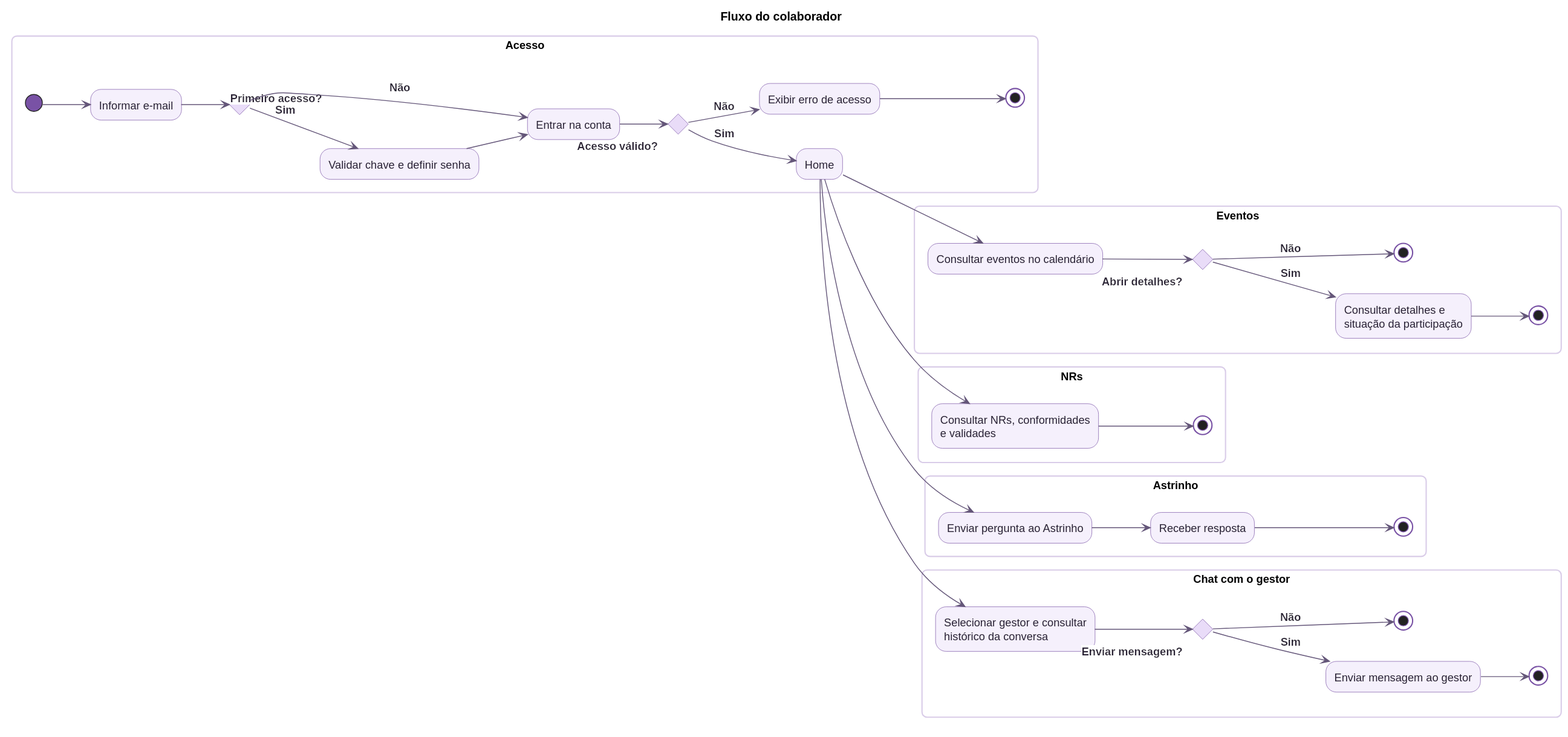
Earlier version of the PlantUML export diagrams/rendered/fluxo_colaborador.svg (Astro-Inter/astro-eqs-diagrams).
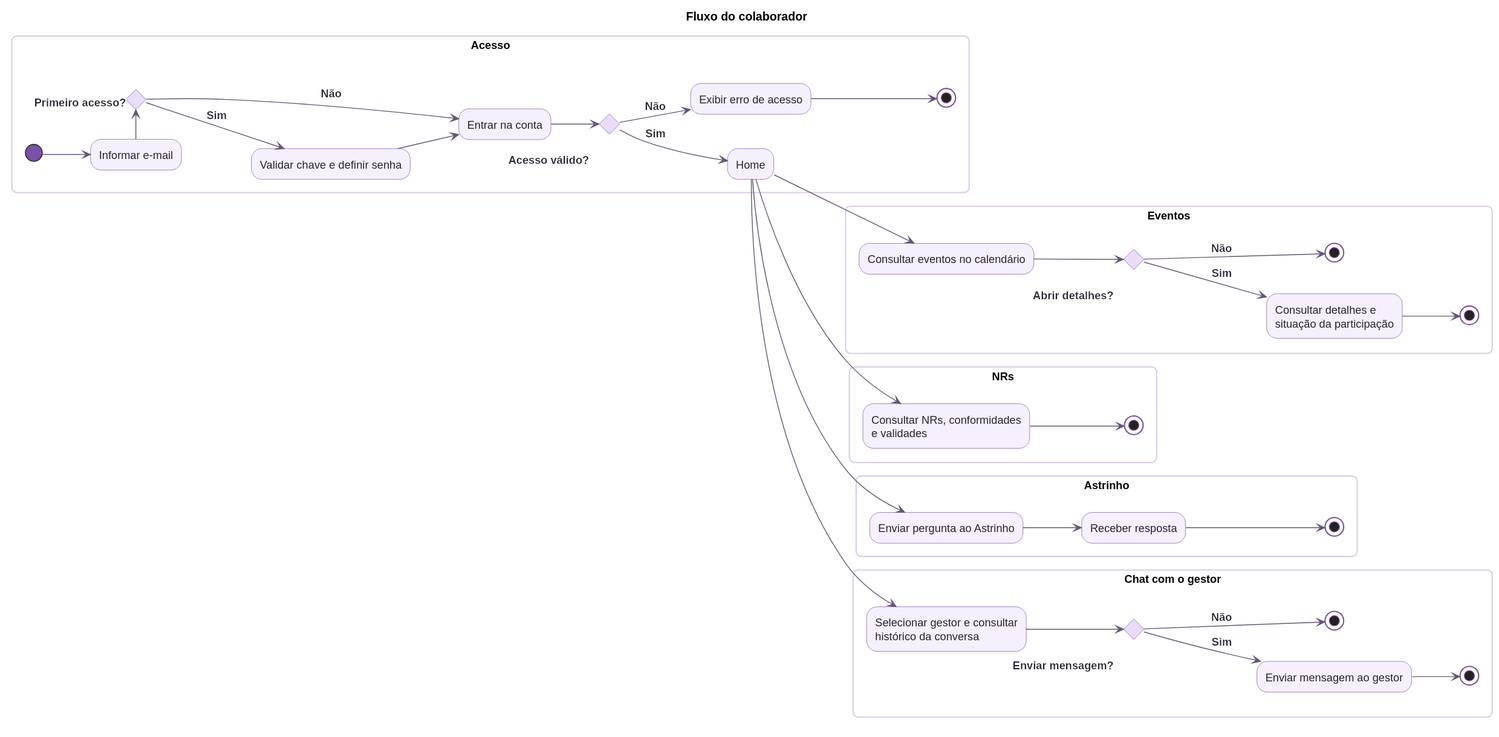
Later version of the same file.

What changed in the source:
```diff
@@ -9,13 +9,13 @@
 
 partition "Acesso" {
   (*) --> "Informar e-mail" as email
-  --> if "\n<back:white>Primeiro acesso?   </back>" then
+  -right-> if "\n\n<back:white>Primeiro acesso?   </back>" then
     -->[<back:white>Sim</back>] "Validar chave e definir senha" as ativar
     --> "Entrar na conta" as login
   else
     -->[<back:white>Não</back>] login
   endif
-  login --> if "\n<back:white>Acesso válido?   </back>" then
+  login --> if "\n\n<back:white>Acesso válido?   </back>" then
     -->[<back:white>Sim</back>] "Home" as home
   else
     -->[<back:white>Não</back>] "Exibir erro de acesso" as erro
@@ -25,7 +25,7 @@
 
 partition "Eventos" {
   home --> "Consultar eventos no calendário" as eventos
-  --> if "\n<back:white>Abrir detalhes?   </back>" then
+  --> if "\n\n<back:white>Abrir detalhes?   </back>" then
     -->[<back:white>Sim</back>] "Consultar detalhes e\nsituação da participação" as detalhes
     --> (*2)
   else
@@ -46,7 +46,7 @@
 
 partition "Chat com o gestor" {
   home --> "Selecionar gestor e consultar\nhistórico da conversa" as contato
-  --> if "\n<back:white>Enviar mensagem?   </back>" then
+  --> if "\n\n<back:white>Enviar mensagem?   </back>" then
     -->[<back:white>Sim</back>] "Enviar mensagem ao gestor" as mensagem
     --> (*6)
   else
```
